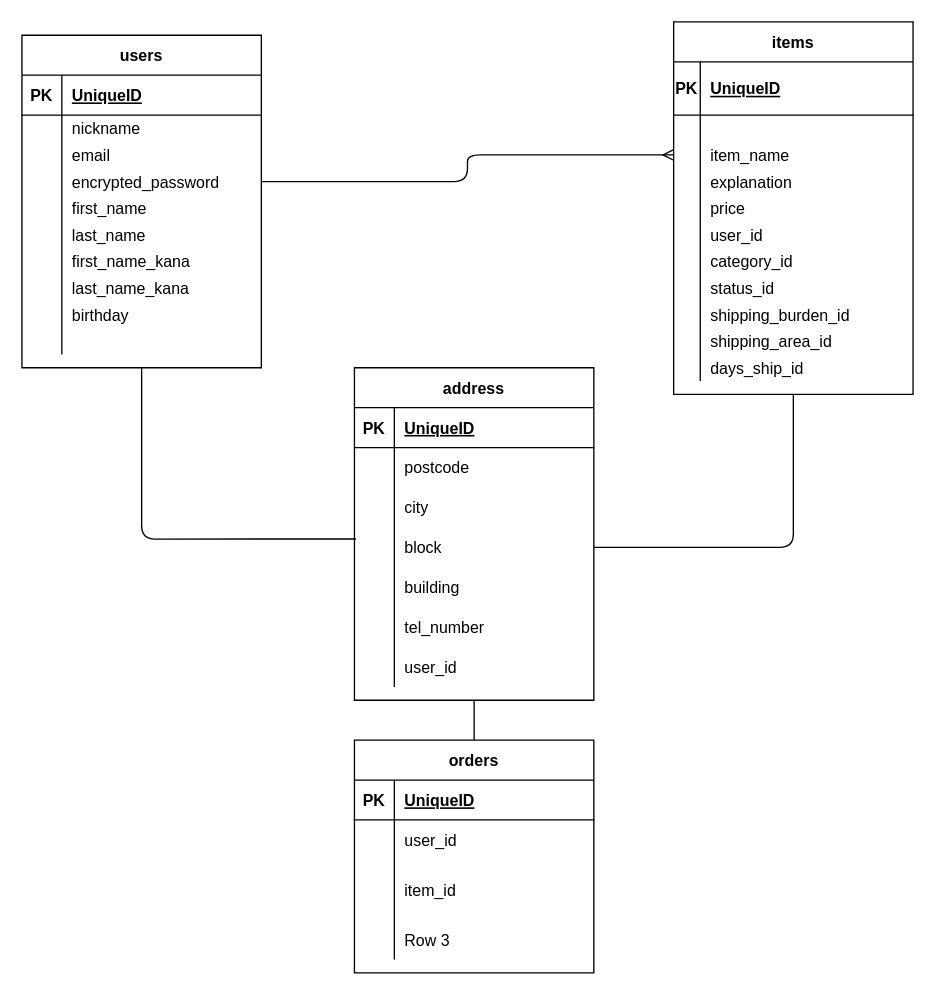
tatsuro-mizogami/furima-36570 keeps this draw.io diagram as furima.dio. Above is the earlier version. Source tidied: cells renumbered, new cells numbered last; positions are measured from the earlier drawing's top-left corner, leaving out a move shared by most shapes. Both pictures are drawn from the tidied source at 133%, with x=0, y=0 at pixel (21, 21).
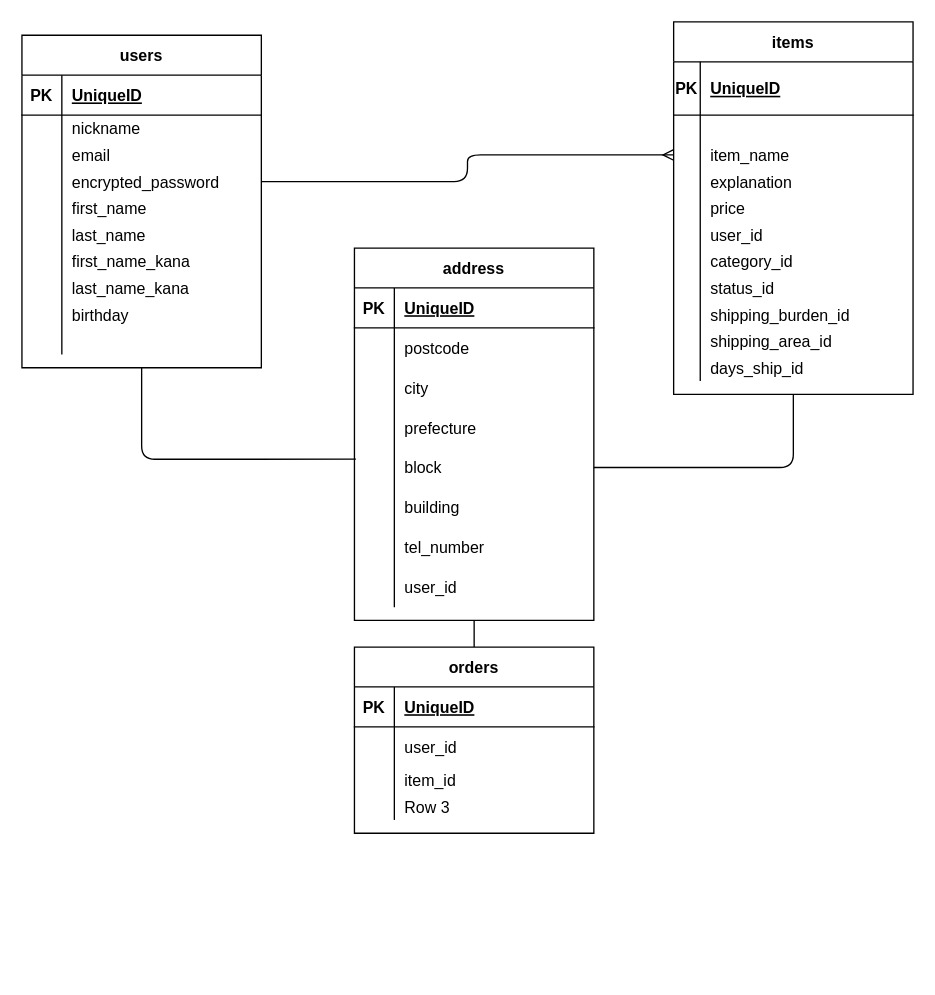
The same diagram, later.

Commit message (it also covers changes not shown here):
テーブル設計（修正）

What changed in the source:
```diff
@@
     <mxCell id="68" value="address" style="shape=table;startSize=30;childLayout=tableLayout;rowLines=0;fontStyle=1;align=center;" parent="1" vertex="1">
-      <mxGeometry x="250" y="260" width="180" height="250" as="geometry" />
+      <mxGeometry x="250" y="170" width="180" height="280" as="geometry" />
     </mxCell>
@@
+    <mxCell id="106" style="shape=partialRectangle;fillColor=none;top=0;left=0;bottom=0;right=0;" parent="68" vertex="1">
+      <mxGeometry y="120" width="180" height="30" as="geometry" />
+    </mxCell>
+    <mxCell id="107" style="shape=partialRectangle;fillColor=none;top=0;left=0;bottom=0;right=0;overflow=hidden;" parent="106" vertex="1">
+      <mxGeometry width="30" height="30" as="geometry" />
+    </mxCell>
+    <mxCell id="108" value="prefecture" style="shape=partialRectangle;fillColor=none;top=0;left=0;bottom=0;right=0;align=left;spacingLeft=6;overflow=hidden;" parent="106" vertex="1">
+      <mxGeometry x="30" width="150" height="30" as="geometry" />
+    </mxCell>
     <mxCell id="78" style="shape=partialRectangle;fillColor=none;top=0;left=0;bottom=0;right=0;points=[[0,0.5],[1,0.5]];portConstraint=eastwest;" parent="68" vertex="1">
-      <mxGeometry y="120" width="180" height="30" as="geometry" />
+      <mxGeometry y="150" width="180" height="30" as="geometry" />
     </mxCell>
@@
     <mxCell id="81" style="shape=partialRectangle;fillColor=none;top=0;left=0;bottom=0;right=0;" parent="68" vertex="1">
-      <mxGeometry y="150" width="180" height="30" as="geometry" />
+      <mxGeometry y="180" width="180" height="30" as="geometry" />
     </mxCell>
@@
     <mxCell id="84" style="shape=partialRectangle;fillColor=none;top=0;left=0;bottom=0;right=0;" parent="68" vertex="1">
-      <mxGeometry y="180" width="180" height="30" as="geometry" />
+      <mxGeometry y="210" width="180" height="30" as="geometry" />
     </mxCell>
@@
     <mxCell id="87" style="shape=partialRectangle;fillColor=none;top=0;left=0;bottom=0;right=0;" parent="68" vertex="1">
-      <mxGeometry y="210" width="180" height="30" as="geometry" />
+      <mxGeometry y="240" width="180" height="30" as="geometry" />
     </mxCell>
@@
     <mxCell id="93" value="orders" style="shape=table;startSize=30;childLayout=tableLayout;rowLines=0;fontStyle=1;align=center;fillColor=none;" parent="1" vertex="1">
-      <mxGeometry x="250" y="540" width="180" height="175" as="geometry" />
+      <mxGeometry x="250" y="470" width="180" height="140" as="geometry" />
     </mxCell>
@@
     <mxCell id="100" style="shape=partialRectangle;fillColor=none;top=0;left=0;bottom=0;right=0;" parent="93" vertex="1">
-      <mxGeometry y="90" width="180" height="45" as="geometry" />
+      <mxGeometry y="90" width="180" height="20" as="geometry" />
     </mxCell>
     <mxCell id="101" style="shape=partialRectangle;fillColor=none;top=0;left=0;bottom=0;right=0;overflow=hidden;" parent="100" vertex="1">
-      <mxGeometry width="30" height="45" as="geometry" />
+      <mxGeometry width="30" height="20" as="geometry" />
     </mxCell>
     <mxCell id="102" value="item_id" style="shape=partialRectangle;fillColor=none;top=0;left=0;bottom=0;right=0;align=left;spacingLeft=6;overflow=hidden;" parent="100" vertex="1">
-      <mxGeometry x="30" width="150" height="45" as="geometry" />
+      <mxGeometry x="30" width="150" height="20" as="geometry" />
     </mxCell>
     <mxCell id="103" style="shape=partialRectangle;fillColor=none;top=0;left=0;bottom=0;right=0;" parent="93" vertex="1">
-      <mxGeometry y="135" width="180" height="30" as="geometry" />
+      <mxGeometry y="110" width="180" height="20" as="geometry" />
     </mxCell>
     <mxCell id="104" style="shape=partialRectangle;fillColor=none;top=0;left=0;bottom=0;right=0;overflow=hidden;" parent="103" vertex="1">
-      <mxGeometry width="30" height="30" as="geometry" />
+      <mxGeometry width="30" height="20" as="geometry" />
     </mxCell>
     <mxCell id="105" value="Row 3" style="shape=partialRectangle;fillColor=none;top=0;left=0;bottom=0;right=0;align=left;spacingLeft=6;overflow=hidden;" parent="103" vertex="1">
-      <mxGeometry x="30" width="150" height="30" as="geometry" />
+      <mxGeometry x="30" width="150" height="20" as="geometry" />
     </mxCell>
```
